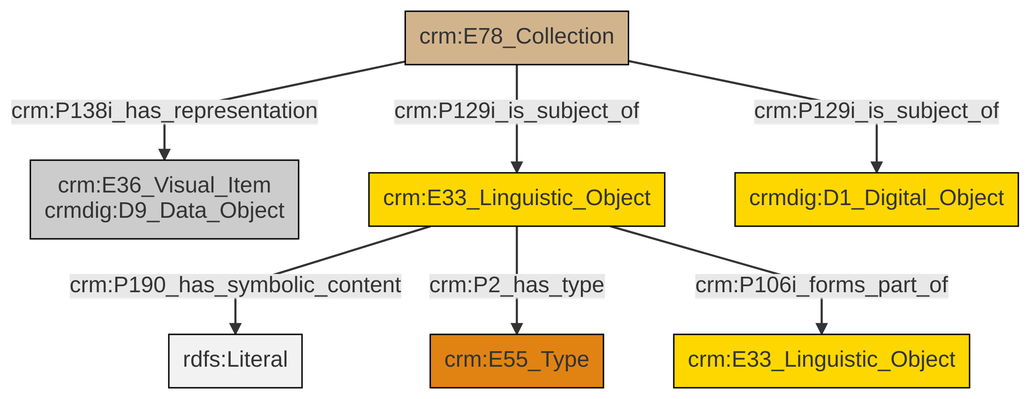
This is et/archivalCSV/ttl/mmd/png/archival_docs.png from swiss-art-research-net/docs.swissartresearch, a Mermaid export, as it was before one commit. Its source is kept beside it as et/archivalCSV/ttl/mmd/archival_docs.ttl.mmd.
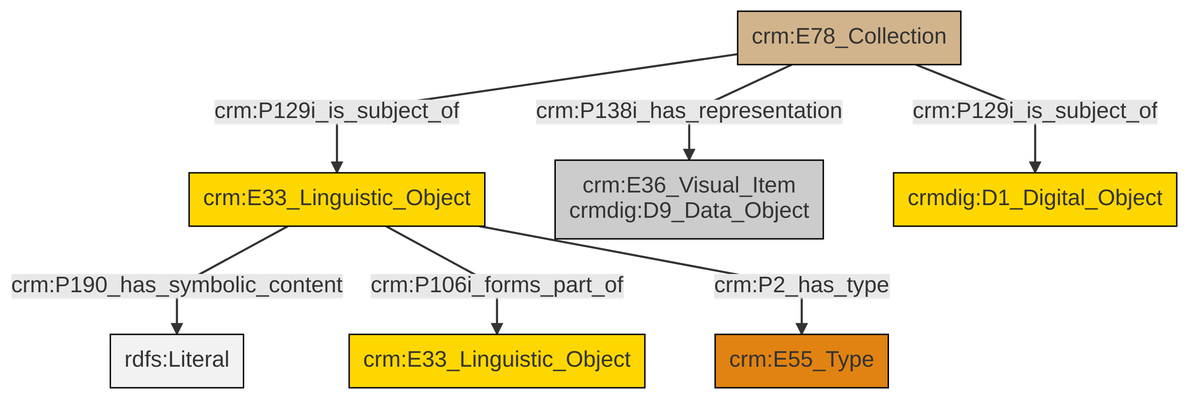
After the commit.

What changed in the source:
```diff
@@ -13,9 +13,9 @@
 classDef PC_Classes fill:#4ce600, stroke:#000000;
 classDef Multi fill:#cccccc,stroke:#000000;
 
-2["crm:E78_Collection"]:::Physical_Thing -->|crm:P129i_is_subject_of| 3["crm:E33_Linguistic_Object"]:::Conceptual_Object
-3["crm:E33_Linguistic_Object"]:::Conceptual_Object -->|crm:P190_has_symbolic_content| 12[rdfs:Literal]:::Literal
-3["crm:E33_Linguistic_Object"]:::Conceptual_Object -->|crm:P2_has_type| 4["crm:E55_Type"]:::Type
-2["crm:E78_Collection"]:::Physical_Thing -->|crm:P129i_is_subject_of| 8["crmdig:D1_Digital_Object"]:::Conceptual_Object
-3["crm:E33_Linguistic_Object"]:::Conceptual_Object -->|crm:P106i_forms_part_of| 6["crm:E33_Linguistic_Object"]:::Conceptual_Object
-2["crm:E78_Collection"]:::Physical_Thing -->|crm:P138i_has_representation| 0["crm:E36_Visual_Item<br>crmdig:D9_Data_Object"]:::Multi
+0["crm:E33_Linguistic_Object"]:::Conceptual_Object -->|crm:P190_has_symbolic_content| 1[rdfs:Literal]:::Literal
+0["crm:E33_Linguistic_Object"]:::Conceptual_Object -->|crm:P106i_forms_part_of| 4["crm:E33_Linguistic_Object"]:::Conceptual_Object
+0["crm:E33_Linguistic_Object"]:::Conceptual_Object -->|crm:P2_has_type| 7["crm:E55_Type"]:::Type
+2["crm:E78_Collection"]:::Physical_Thing -->|crm:P129i_is_subject_of| 9["crmdig:D1_Digital_Object"]:::Conceptual_Object
+2["crm:E78_Collection"]:::Physical_Thing -->|crm:P129i_is_subject_of| 0["crm:E33_Linguistic_Object"]:::Conceptual_Object
+2["crm:E78_Collection"]:::Physical_Thing -->|crm:P138i_has_representation| 5["crm:E36_Visual_Item<br>crmdig:D9_Data_Object"]:::Multi
```
